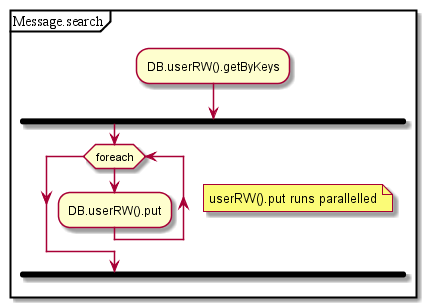
Before: test2/diagrams/Message.search.png, a diagram exported from PlantUML (MaxXx1313/testwiki). Source of this version:
```plantuml
@startuml
partition Message.search {
:DB.userRW().getByKeys;
fork
while (foreach)
note right: userRW().put runs parallelled
:DB.userRW().put;
endwhile;
endfork;
}
@enduml
```
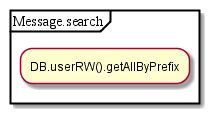
After the change.

What changed in the source:
```diff
@@ -1,11 +1,5 @@
 @startuml
 partition Message.search {
-:DB.userRW().getByKeys;
-fork
-while (foreach)
-note right: userRW().put runs parallelled
-:DB.userRW().put;
-endwhile;
-endfork;
+:DB.userRW().getAllByPrefix;
 }
 @enduml
```
